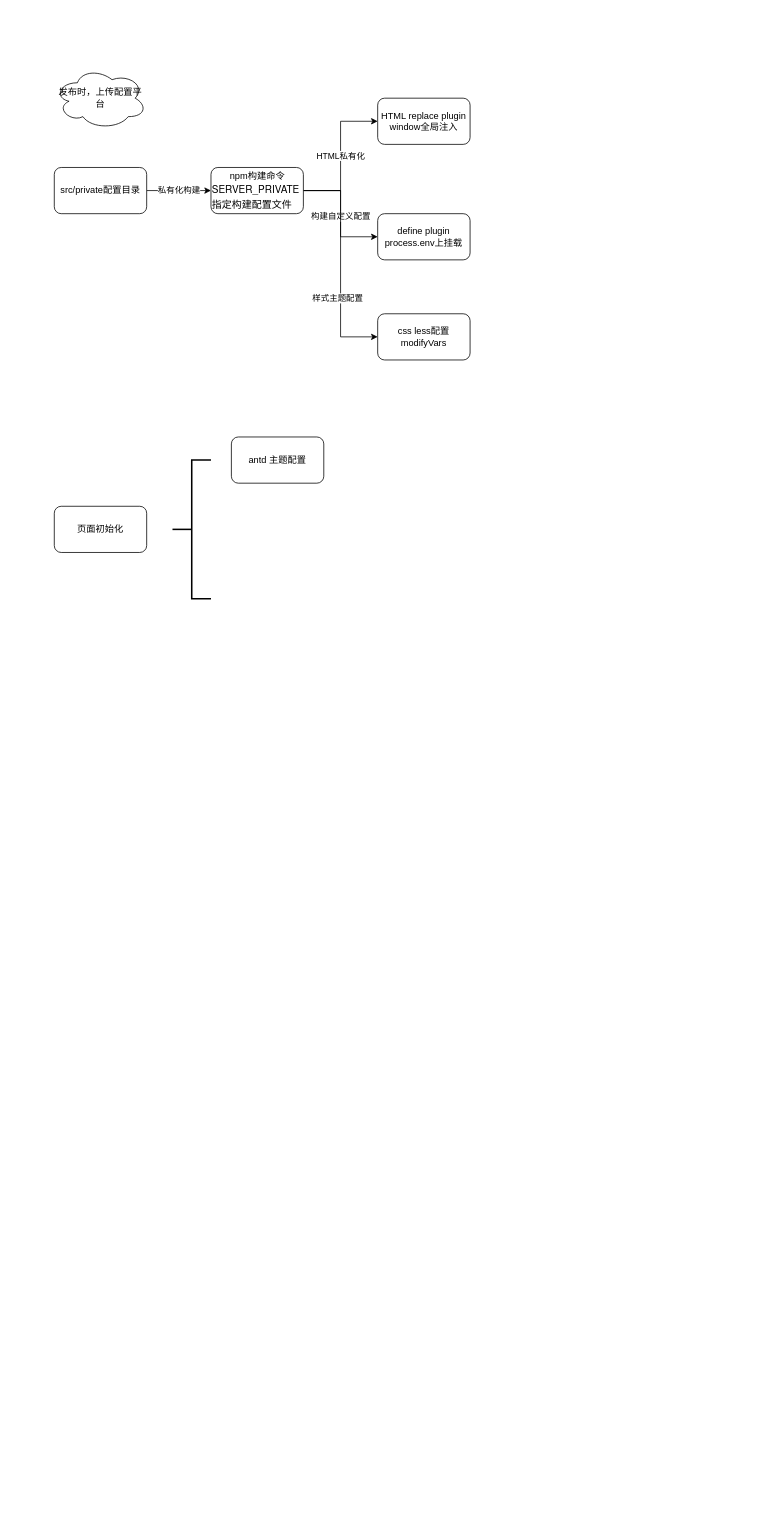
weiwei-web-road/vue-scaffold keeps this draw.io diagram as Untitled Diagram.drawio. Above is the earlier version. Source tidied: cells renumbered, new cells numbered last; positions are measured from the earlier drawing's top-left corner, leaving out a move shared by most shapes. Both pictures are drawn from the tidied source at 77%, with x=0, y=0 at pixel (54, 67).
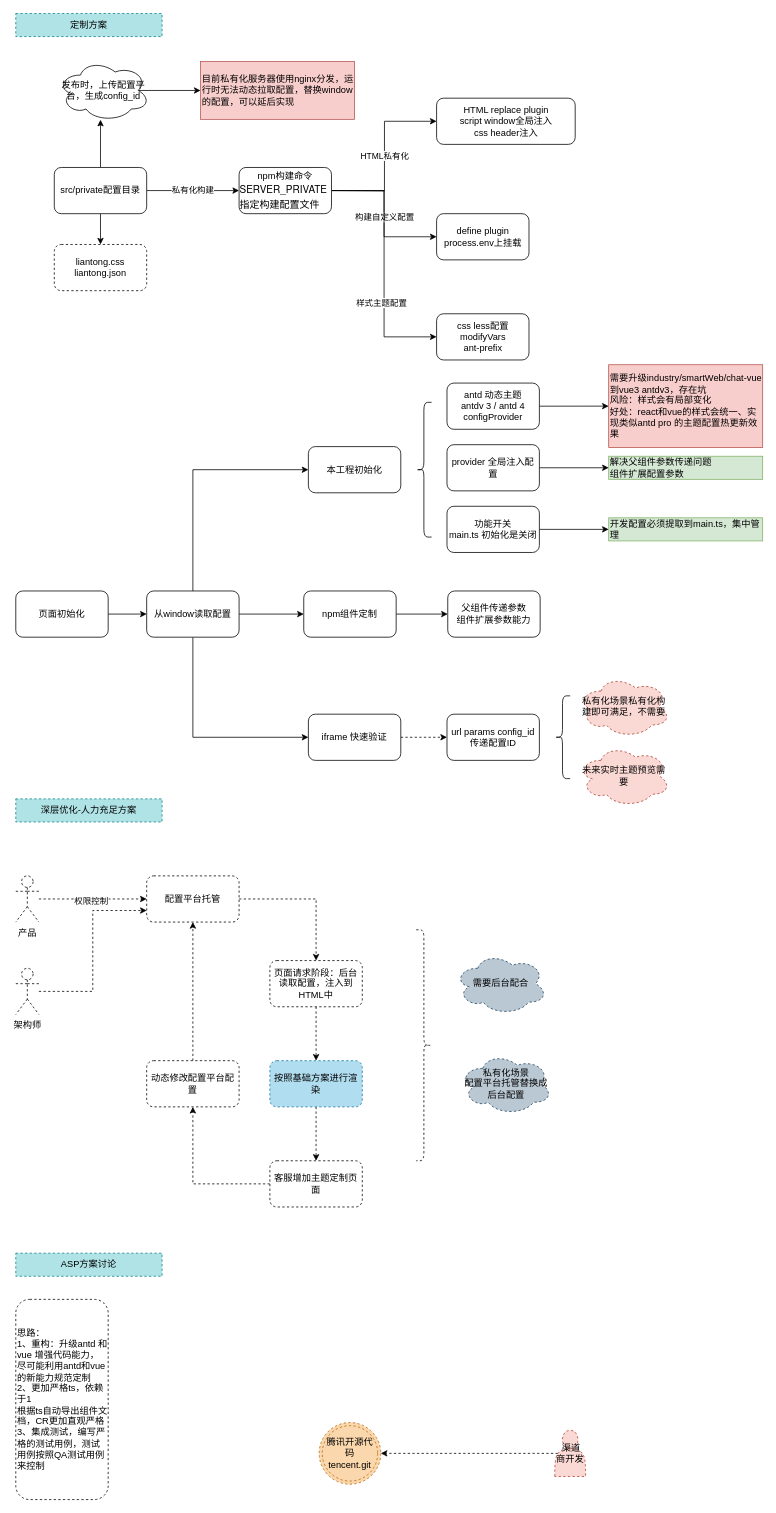
After the change.

Unchanged cells that the change refers to:
```xml
<mxCell id="3" value="src/private配置目录" style="rounded=1;whiteSpace=wrap;html=1;" parent="1" vertex="1">
  <mxGeometry y="130" width="120" height="60" as="geometry" />
</mxCell>
```

What changed in the source:
```diff
@@
+    <mxCell id="17" style="edgeStyle=orthogonalEdgeStyle;rounded=0;jettySize=auto;html=1;exitX=0.5;exitY=0;exitDx=0;exitDy=0;entryX=0.467;entryY=0.975;entryDx=0;entryDy=0;entryPerimeter=0;" parent="1" edge="1" source="3" target="11">
+      <mxGeometry relative="1" as="geometry" />
+    </mxCell>
+    <mxCell id="18" style="edgeStyle=orthogonalEdgeStyle;rounded=0;jettySize=auto;html=1;exitX=0.5;exitY=1;exitDx=0;exitDy=0;entryX=0.5;entryY=0;entryDx=0;entryDy=0;" parent="1" edge="1" source="3" target="39">
+      <mxGeometry relative="1" as="geometry" />
+    </mxCell>
@@
-    <mxCell id="4" value="HTML私有化" style="edgeStyle=orthogonalEdgeStyle;rounded=0;jettySize=auto;html=1;exitX=1;exitY=0.5;exitDx=0;exitDy=0;entryX=0;entryY=0.5;entryDx=0;entryDy=0;" parent="1" edge="1" source="9" target="10">
-      <mxGeometry relative="1" as="geometry" />
+    <mxCell id="4" value="HTML私有化" style="edgeStyle=orthogonalEdgeStyle;rounded=0;jettySize=auto;html=1;entryX=0;entryY=0.5;entryDx=0;entryDy=0;" parent="1" edge="1" target="10">
+      <mxGeometry relative="1" as="geometry">
+        <mxPoint x="360" y="160" as="sourcePoint" />
+      </mxGeometry>
     </mxCell>
@@
     <mxCell id="9" value="npm构建命令&lt;br&gt;&lt;p style=&quot;margin: 0px; font-variant-numeric: normal; font-variant-east-asian: normal; font-stretch: normal; font-size: 13px; line-height: normal; font-family: &amp;quot;Helvetica Neue&amp;quot;; text-align: start;&quot; class=&quot;p1&quot;&gt;SERVER_PRIVATE 指定构建配置文件&lt;/p&gt;" style="rounded=1;whiteSpace=wrap;html=1;" parent="1" vertex="1">
-      <mxGeometry x="203.5" y="130" width="120" height="60" as="geometry" />
+      <mxGeometry x="240" y="130" width="120" height="60" as="geometry" />
     </mxCell>
-    <mxCell id="10" value="HTML replace plugin&lt;br&gt;window全局注入" style="rounded=1;whiteSpace=wrap;html=1;" parent="1" vertex="1">
-      <mxGeometry x="420" y="40" width="120" height="60" as="geometry" />
+    <mxCell id="10" value="HTML replace plugin&lt;br&gt;script window全局注入&lt;br&gt;css header注入" style="rounded=1;whiteSpace=wrap;html=1;" parent="1" vertex="1">
+      <mxGeometry x="496.5" y="40" width="180" height="60" as="geometry" />
     </mxCell>
+    <mxCell id="19" style="edgeStyle=orthogonalEdgeStyle;rounded=0;jettySize=auto;html=1;exitX=0.875;exitY=0.5;exitDx=0;exitDy=0;exitPerimeter=0;entryX=0;entryY=0.5;entryDx=0;entryDy=0;" parent="1" edge="1" source="11" target="36">
+      <mxGeometry relative="1" as="geometry" />
+    </mxCell>
-    <mxCell id="11" value="发布时，上传配置平台" style="ellipse;shape=cloud;whiteSpace=wrap;html=1;" parent="1" vertex="1">
-      <mxGeometry width="120" height="80" as="geometry" />
+    <mxCell id="11" value="发布时，上传配置平台，生成config_id" style="ellipse;shape=cloud;whiteSpace=wrap;html=1;" parent="1" vertex="1">
+      <mxGeometry x="4" y="-10" width="120" height="80" as="geometry" />
     </mxCell>
-    <mxCell id="12" style="strokeWidth=2;html=1;shape=mxgraph.flowchart.annotation_2;align=left;labelPosition=right;" parent="1" vertex="1">
-      <mxGeometry x="153.5" y="510" width="50" height="180" as="geometry" />
-    </mxCell>
+    <mxCell id="20" style="edgeStyle=orthogonalEdgeStyle;rounded=0;jettySize=auto;html=1;exitX=1;exitY=0.5;exitDx=0;exitDy=0;entryX=0;entryY=0.5;entryDx=0;entryDy=0;" parent="1" edge="1" source="13" target="14">
+      <mxGeometry relative="1" as="geometry" />
+    </mxCell>
     <mxCell id="13" value="页面初始化" style="rounded=1;whiteSpace=wrap;html=1;" parent="1" vertex="1">
-      <mxGeometry y="570" width="120" height="60" as="geometry" />
+      <mxGeometry x="-50" y="680" width="120" height="60" as="geometry" />
     </mxCell>
+    <mxCell id="21" style="edgeStyle=orthogonalEdgeStyle;rounded=0;jettySize=auto;html=1;exitX=0.5;exitY=0;exitDx=0;exitDy=0;entryX=0;entryY=0.5;entryDx=0;entryDy=0;" parent="1" edge="1" source="14" target="29">
+      <mxGeometry relative="1" as="geometry" />
+    </mxCell>
+    <mxCell id="22" style="edgeStyle=orthogonalEdgeStyle;rounded=0;jettySize=auto;html=1;exitX=1;exitY=0.5;exitDx=0;exitDy=0;entryX=0;entryY=0.5;entryDx=0;entryDy=0;" parent="1" edge="1" source="14" target="35">
+      <mxGeometry relative="1" as="geometry" />
+    </mxCell>
+    <mxCell id="23" style="edgeStyle=orthogonalEdgeStyle;rounded=0;jettySize=auto;html=1;exitX=0.5;exitY=1;exitDx=0;exitDy=0;entryX=0;entryY=0.5;entryDx=0;entryDy=0;" parent="1" edge="1" source="14" target="41">
+      <mxGeometry relative="1" as="geometry" />
+    </mxCell>
-    <mxCell id="14" value="antd 主题配置" style="rounded=1;whiteSpace=wrap;html=1;" parent="1" vertex="1">
-      <mxGeometry x="230" y="480" width="120" height="60" as="geometry" />
+    <mxCell id="14" value="从window读取配置" style="rounded=1;whiteSpace=wrap;html=1;" parent="1" vertex="1">
+      <mxGeometry x="120" y="680" width="120" height="60" as="geometry" />
     </mxCell>
     <mxCell id="15" value="define plugin&lt;br&gt;process.env上挂载" style="rounded=1;whiteSpace=wrap;html=1;" parent="1" vertex="1">
-      <mxGeometry x="420" y="190" width="120" height="60" as="geometry" />
+      <mxGeometry x="496.5" y="190" width="120" height="60" as="geometry" />
     </mxCell>
-    <mxCell id="16" value="css less配置 modifyVars" style="rounded=1;whiteSpace=wrap;html=1;" parent="1" vertex="1">
-      <mxGeometry x="420" y="320" width="120" height="60" as="geometry" />
+    <mxCell id="16" value="css less配置 modifyVars&lt;br&gt;ant-prefix" style="rounded=1;whiteSpace=wrap;html=1;" parent="1" vertex="1">
+      <mxGeometry x="496.5" y="320" width="120" height="60" as="geometry" />
     </mxCell>
+    <mxCell id="24" style="edgeStyle=orthogonalEdgeStyle;rounded=0;jettySize=auto;html=1;exitX=1;exitY=0.5;exitDx=0;exitDy=0;entryX=0;entryY=0.5;entryDx=0;entryDy=0;" parent="1" edge="1" source="25" target="31">
+      <mxGeometry relative="1" as="geometry" />
+    </mxCell>
+    <mxCell id="25" value="antd 动态主题&lt;br&gt;antdv 3 / antd 4 configProvider" style="rounded=1;whiteSpace=wrap;html=1;" parent="1" vertex="1">
+      <mxGeometry x="510" y="410" width="120" height="60" as="geometry" />
+    </mxCell>
+    <mxCell id="26" style="shape=curlyBracket;whiteSpace=wrap;html=1;rounded=1;" parent="1" vertex="1">
+      <mxGeometry x="470" y="435" width="20" height="175" as="geometry" />
+    </mxCell>
+    <mxCell id="27" style="edgeStyle=orthogonalEdgeStyle;rounded=0;jettySize=auto;html=1;exitX=1;exitY=0.5;exitDx=0;exitDy=0;entryX=0;entryY=0.5;entryDx=0;entryDy=0;" parent="1" edge="1" source="28" target="30">
+      <mxGeometry relative="1" as="geometry" />
+    </mxCell>
+    <mxCell id="28" value="provider 全局注入配置" style="rounded=1;whiteSpace=wrap;html=1;" parent="1" vertex="1">
+      <mxGeometry x="510" y="490" width="120" height="60" as="geometry" />
+    </mxCell>
+    <mxCell id="29" value="本工程初始化" style="rounded=1;whiteSpace=wrap;html=1;" parent="1" vertex="1">
+      <mxGeometry x="330" y="492.5" width="120" height="60" as="geometry" />
+    </mxCell>
+    <mxCell id="30" value="解决父组件参数传递问题&lt;br&gt;组件扩展配置参数" style="text;html=1;strokeColor=#82b366;fillColor=#d5e8d4;align=left;verticalAlign=middle;whiteSpace=wrap;rounded=0;" parent="1" vertex="1">
+      <mxGeometry x="720" y="505" width="200" height="30" as="geometry" />
+    </mxCell>
+    <mxCell id="31" value="需要升级industry/smartWeb/chat-vue到vue3 antdv3，存在坑&lt;br&gt;风险：样式会有局部变化&lt;br&gt;好处：react和vue的样式会统一、实现类似antd pro 的主题配置热更新效果" style="text;html=1;strokeColor=#b85450;fillColor=#f8cecc;align=left;verticalAlign=middle;whiteSpace=wrap;rounded=0;" parent="1" vertex="1">
+      <mxGeometry x="720" y="386.2" width="200" height="107.5" as="geometry" />
+    </mxCell>
+    <mxCell id="32" style="edgeStyle=orthogonalEdgeStyle;rounded=0;jettySize=auto;html=1;exitX=1;exitY=0.5;exitDx=0;exitDy=0;entryX=0;entryY=0.5;entryDx=0;entryDy=0;" parent="1" edge="1" source="33" target="37">
+      <mxGeometry relative="1" as="geometry" />
+    </mxCell>
+    <mxCell id="33" value="功能开关&lt;br&gt;main.ts 初始化是关闭" style="rounded=1;whiteSpace=wrap;html=1;" parent="1" vertex="1">
+      <mxGeometry x="510" y="570" width="120" height="60" as="geometry" />
+    </mxCell>
+    <mxCell id="34" style="edgeStyle=orthogonalEdgeStyle;rounded=0;jettySize=auto;html=1;exitX=1;exitY=0.5;exitDx=0;exitDy=0;entryX=0;entryY=0.5;entryDx=0;entryDy=0;" parent="1" edge="1" source="35" target="38">
+      <mxGeometry relative="1" as="geometry" />
+    </mxCell>
+    <mxCell id="35" value="npm组件定制" style="rounded=1;whiteSpace=wrap;html=1;" parent="1" vertex="1">
+      <mxGeometry x="324" y="680" width="120" height="60" as="geometry" />
+    </mxCell>
+    <mxCell id="36" value="目前私有化服务器使用nginx分发，运行时无法动态拉取配置，替换window的配置，可以延后实现" style="text;html=1;strokeColor=#b85450;fillColor=#f8cecc;align=left;verticalAlign=middle;whiteSpace=wrap;rounded=0;" parent="1" vertex="1">
+      <mxGeometry x="190" y="-7.5" width="200" height="75" as="geometry" />
+    </mxCell>
+    <mxCell id="37" value="开发配置必须提取到main.ts，集中管理" style="text;html=1;strokeColor=#82b366;fillColor=#d5e8d4;align=left;verticalAlign=middle;whiteSpace=wrap;rounded=0;" parent="1" vertex="1">
+      <mxGeometry x="720" y="585" width="200" height="30" as="geometry" />
+    </mxCell>
+    <mxCell id="38" value="父组件传递参数&lt;br&gt;组件扩展参数能力" style="rounded=1;whiteSpace=wrap;html=1;" parent="1" vertex="1">
+      <mxGeometry x="511" y="680" width="120" height="60" as="geometry" />
+    </mxCell>
+    <mxCell id="39" value="liantong.css&lt;br&gt;liantong.json" style="rounded=1;whiteSpace=wrap;html=1;dashed=1;" parent="1" vertex="1">
+      <mxGeometry y="230" width="120" height="60" as="geometry" />
+    </mxCell>
+    <mxCell id="40" style="edgeStyle=orthogonalEdgeStyle;rounded=0;jettySize=auto;html=1;exitX=1;exitY=0.5;exitDx=0;exitDy=0;entryX=0;entryY=0.5;entryDx=0;entryDy=0;dashed=1;" parent="1" edge="1" source="41" target="43">
+      <mxGeometry relative="1" as="geometry" />
+    </mxCell>
+    <mxCell id="41" value="iframe 快速验证" style="rounded=1;whiteSpace=wrap;html=1;" parent="1" vertex="1">
+      <mxGeometry x="330" y="840" width="120" height="60" as="geometry" />
+    </mxCell>
+    <mxCell id="42" value="私有化场景私有化构建即可满足，不需要" style="ellipse;shape=cloud;whiteSpace=wrap;html=1;dashed=1;fillColor=#fad9d5;strokeColor=#ae4132;" parent="1" vertex="1">
+      <mxGeometry x="680" y="790" width="120" height="80" as="geometry" />
+    </mxCell>
+    <mxCell id="43" value="url params config_id&lt;br&gt;传递配置ID" style="rounded=1;whiteSpace=wrap;html=1;" parent="1" vertex="1">
+      <mxGeometry x="510" y="840" width="120" height="60" as="geometry" />
+    </mxCell>
+    <mxCell id="44" value="未来实时主题预览需要" style="ellipse;shape=cloud;whiteSpace=wrap;html=1;dashed=1;fillColor=#fad9d5;strokeColor=#ae4132;" parent="1" vertex="1">
+      <mxGeometry x="680" y="880" width="120" height="80" as="geometry" />
+    </mxCell>
+    <mxCell id="45" style="shape=curlyBracket;whiteSpace=wrap;html=1;rounded=1;size=0.5;" parent="1" vertex="1">
+      <mxGeometry x="650" y="816.2" width="20" height="107.5" as="geometry" />
+    </mxCell>
+    <mxCell id="46" value="深层优化-人力充足方案" style="text;html=1;strokeColor=#0e8088;fillColor=#b0e3e6;align=center;verticalAlign=middle;whiteSpace=wrap;rounded=0;dashed=1;" parent="1" vertex="1">
+      <mxGeometry x="-50" y="950" width="190" height="30" as="geometry" />
+    </mxCell>
+    <mxCell id="47" style="edgeStyle=orthogonalEdgeStyle;rounded=0;jettySize=auto;html=1;exitX=1;exitY=0.5;exitDx=0;exitDy=0;entryX=0.5;entryY=0;entryDx=0;entryDy=0;dashed=1;" parent="1" edge="1" source="48" target="50">
+      <mxGeometry relative="1" as="geometry" />
+    </mxCell>
+    <mxCell id="48" value="配置平台托管" style="rounded=1;whiteSpace=wrap;html=1;dashed=1;" parent="1" vertex="1">
+      <mxGeometry x="120" y="1050" width="120" height="60" as="geometry" />
+    </mxCell>
+    <mxCell id="49" style="edgeStyle=orthogonalEdgeStyle;rounded=0;jettySize=auto;html=1;exitX=0.5;exitY=1;exitDx=0;exitDy=0;entryX=0.5;entryY=0;entryDx=0;entryDy=0;dashed=1;" parent="1" edge="1" source="50" target="52">
+      <mxGeometry relative="1" as="geometry" />
+    </mxCell>
+    <mxCell id="50" value="页面请求阶段：后台读取配置，注入到HTML中" style="rounded=1;whiteSpace=wrap;html=1;dashed=1;" parent="1" vertex="1">
+      <mxGeometry x="280" y="1160" width="120" height="60" as="geometry" />
+    </mxCell>
+    <mxCell id="51" style="edgeStyle=orthogonalEdgeStyle;rounded=0;jettySize=auto;html=1;exitX=0.5;exitY=1;exitDx=0;exitDy=0;entryX=0.5;entryY=0;entryDx=0;entryDy=0;dashed=1;" parent="1" edge="1" source="52" target="56">
+      <mxGeometry relative="1" as="geometry" />
+    </mxCell>
+    <mxCell id="52" value="按照基础方案进行渲染" style="rounded=1;whiteSpace=wrap;html=1;dashed=1;fillColor=#b1ddf0;strokeColor=#10739e;" parent="1" vertex="1">
+      <mxGeometry x="280" y="1290" width="120" height="60" as="geometry" />
+    </mxCell>
+    <mxCell id="53" style="edgeStyle=orthogonalEdgeStyle;rounded=0;jettySize=auto;html=1;exitX=0.5;exitY=0;exitDx=0;exitDy=0;dashed=1;" parent="1" edge="1" source="54" target="48">
+      <mxGeometry relative="1" as="geometry" />
+    </mxCell>
+    <mxCell id="54" value="动态修改配置平台配置" style="rounded=1;whiteSpace=wrap;html=1;dashed=1;" parent="1" vertex="1">
+      <mxGeometry x="120" y="1290" width="120" height="60" as="geometry" />
+    </mxCell>
+    <mxCell id="55" style="edgeStyle=orthogonalEdgeStyle;rounded=0;jettySize=auto;html=1;exitX=0;exitY=0.5;exitDx=0;exitDy=0;dashed=1;" parent="1" edge="1" source="56" target="54">
+      <mxGeometry relative="1" as="geometry" />
+    </mxCell>
+    <mxCell id="56" value="客服增加主题定制页面" style="rounded=1;whiteSpace=wrap;html=1;dashed=1;" parent="1" vertex="1">
+      <mxGeometry x="280" y="1420" width="120" height="60" as="geometry" />
+    </mxCell>
+    <mxCell id="57" value="需要后台配合" style="ellipse;shape=cloud;whiteSpace=wrap;html=1;dashed=1;fillColor=#bac8d3;strokeColor=#23445d;" parent="1" vertex="1">
+      <mxGeometry x="520" y="1150" width="120" height="80" as="geometry" />
+    </mxCell>
+    <mxCell id="58" value="私有化场景&lt;br&gt;配置平台托管替换成后台配置" style="ellipse;shape=cloud;whiteSpace=wrap;html=1;dashed=1;fillColor=#bac8d3;strokeColor=#23445d;" parent="1" vertex="1">
+      <mxGeometry x="526.5" y="1280" width="120" height="80" as="geometry" />
+    </mxCell>
+    <mxCell id="59" style="edgeStyle=orthogonalEdgeStyle;rounded=0;jettySize=auto;html=1;entryX=0;entryY=0.75;entryDx=0;entryDy=0;dashed=1;" parent="1" edge="1" source="60" target="48">
+      <mxGeometry relative="1" as="geometry" />
+    </mxCell>
+    <mxCell id="60" value="架构师" style="shape=umlActor;verticalLabelPosition=bottom;verticalAlign=top;html=1;outlineConnect=0;dashed=1;" parent="1" vertex="1">
+      <mxGeometry x="-50" y="1170" width="30" height="60" as="geometry" />
+    </mxCell>
+    <mxCell id="61" style="edgeStyle=orthogonalEdgeStyle;rounded=0;jettySize=auto;html=1;entryX=0;entryY=0.5;entryDx=0;entryDy=0;dashed=1;" parent="1" edge="1" source="63" target="48">
+      <mxGeometry relative="1" as="geometry" />
+    </mxCell>
+    <mxCell id="62" value="权限控制" style="edgeLabel;html=1;align=center;verticalAlign=middle;" parent="61" vertex="1">
+      <mxGeometry x="-0.04" y="-1" relative="1" as="geometry">
+        <mxPoint y="1" as="offset" />
+      </mxGeometry>
+    </mxCell>
+    <mxCell id="63" value="产品" style="shape=umlActor;verticalLabelPosition=bottom;verticalAlign=top;html=1;outlineConnect=0;dashed=1;" parent="1" vertex="1">
+      <mxGeometry x="-50" y="1050" width="30" height="60" as="geometry" />
+    </mxCell>
+    <mxCell id="64" style="shape=curlyBracket;whiteSpace=wrap;html=1;rounded=1;flipH=1;dashed=1;" parent="1" vertex="1">
+      <mxGeometry x="470" y="1120" width="20" height="300" as="geometry" />
+    </mxCell>
+    <mxCell id="65" value="定制方案" style="text;html=1;strokeColor=#0e8088;fillColor=#b0e3e6;align=center;verticalAlign=middle;whiteSpace=wrap;rounded=0;dashed=1;" parent="1" vertex="1">
+      <mxGeometry x="-50" y="-70" width="190" height="30" as="geometry" />
+    </mxCell>
+    <mxCell id="66" value="ASP方案讨论" style="text;html=1;strokeColor=#0e8088;fillColor=#b0e3e6;align=center;verticalAlign=middle;whiteSpace=wrap;rounded=0;dashed=1;" parent="1" vertex="1">
+      <mxGeometry x="-50" y="1540" width="190" height="30" as="geometry" />
+    </mxCell>
+    <mxCell id="67" value="腾讯开源代码&lt;br&gt;tencent.git" style="ellipse;shape=doubleEllipse;whiteSpace=wrap;html=1;dashed=1;fillColor=#fad7ac;strokeColor=#b46504;" parent="1" vertex="1">
+      <mxGeometry x="344" y="1760" width="80" height="80" as="geometry" />
+    </mxCell>
+    <mxCell id="68" style="edgeStyle=orthogonalEdgeStyle;rounded=0;jettySize=auto;html=1;exitX=0.1;exitY=0.5;exitDx=0;exitDy=0;exitPerimeter=0;entryX=1;entryY=0.5;entryDx=0;entryDy=0;dashed=1;" parent="1" edge="1" source="69" target="67">
+      <mxGeometry relative="1" as="geometry" />
+    </mxCell>
+    <mxCell id="69" value="&amp;nbsp;渠道商开发" style="shape=actor;whiteSpace=wrap;html=1;dashed=1;fillColor=#fad9d5;strokeColor=#ae4132;" parent="1" vertex="1">
+      <mxGeometry x="650" y="1770" width="40" height="60" as="geometry" />
+    </mxCell>
+    <mxCell id="70" value="思路：&lt;br&gt;1、重构：升级antd 和 vue 增强代码能力，尽可能利用antd和vue的新能力规范定制&lt;br&gt;2、更加严格ts，依赖于1&lt;br&gt;根据ts自动导出组件文档，CR更加直观严格&lt;br&gt;3、集成测试，编写严格的测试用例，测试用例按照QA测试用例来控制&lt;br&gt;" style="rounded=1;whiteSpace=wrap;html=1;dashed=1;align=left;" parent="1" vertex="1">
+      <mxGeometry x="-50" y="1600" width="120" height="260" as="geometry" />
+    </mxCell>
```
